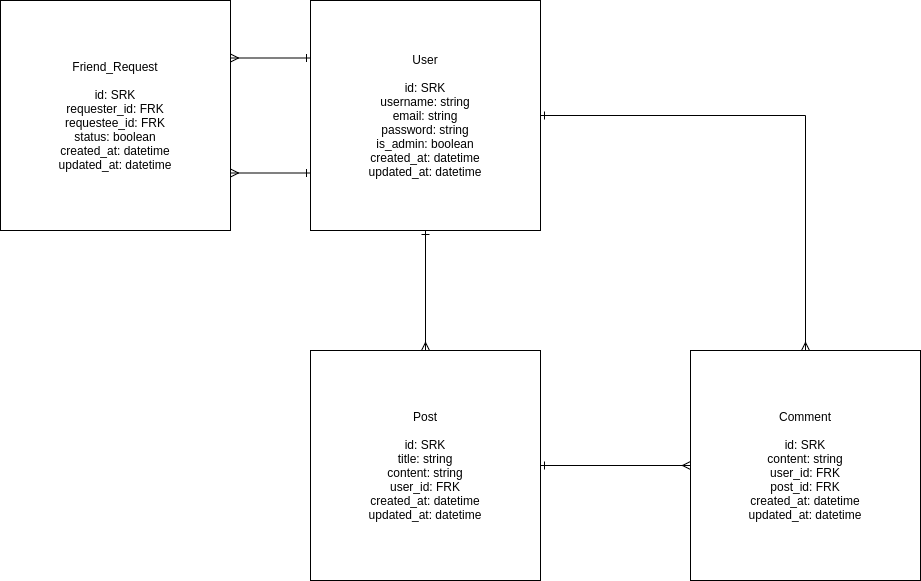
Earlier version of the draw.io export assets/erd/erd.png (jason-moritz/hubbub). Source tidied: cells renumbered, new cells last; positions are measured from the earlier drawing's top-left corner, leaving out a move shared by most shapes.
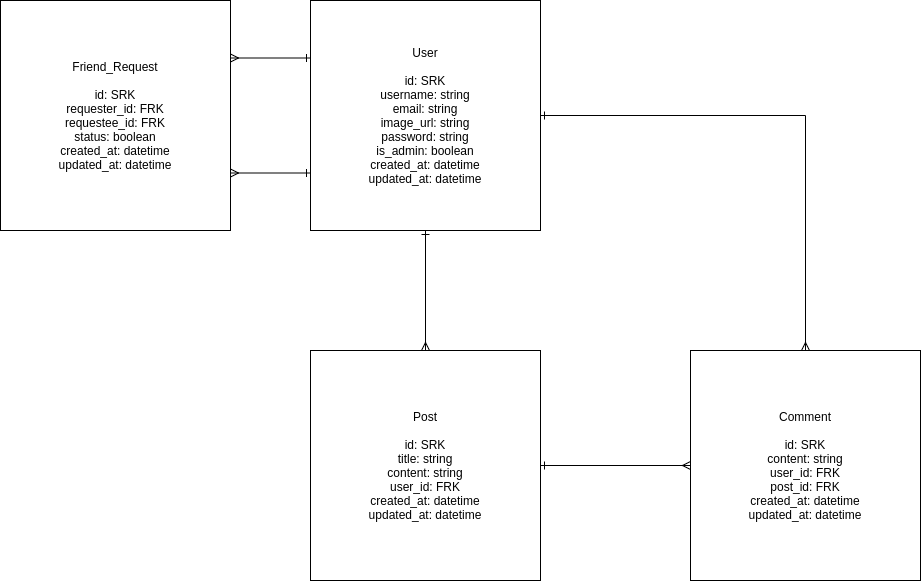
After the change.

Diff of the diagram source:
```diff
@@ -8,7 +8,7 @@
     <mxCell id="3" style="edgeStyle=orthogonalEdgeStyle;rounded=0;jettySize=auto;html=1;entryX=0.5;entryY=0;entryDx=0;entryDy=0;startArrow=ERone;startFill=0;endArrow=ERmany;endFill=0;" parent="1" edge="1" source="4" target="7">
       <mxGeometry relative="1" as="geometry" />
     </mxCell>
-    <mxCell id="4" value="User&lt;br&gt;&lt;br&gt;id: SRK&lt;br&gt;username: string&lt;br&gt;email: string&lt;br&gt;password: string&lt;br&gt;is_admin: boolean&lt;br&gt;created_at: datetime&lt;br&gt;updated_at: datetime" style="whiteSpace=wrap;html=1;" parent="1" vertex="1">
+    <mxCell id="4" value="User&lt;br&gt;&lt;br&gt;id: SRK&lt;br&gt;username: string&lt;br&gt;email: string&lt;br&gt;image_url: string&lt;br&gt;password: string&lt;br&gt;is_admin: boolean&lt;br&gt;created_at: datetime&lt;br&gt;updated_at: datetime" style="whiteSpace=wrap;html=1;" parent="1" vertex="1">
       <mxGeometry x="310" width="230" height="230" as="geometry" />
     </mxCell>
     <mxCell id="5" style="edgeStyle=orthogonalEdgeStyle;rounded=0;jettySize=auto;html=1;entryX=0;entryY=0.5;entryDx=0;entryDy=0;startArrow=ERone;startFill=0;endArrow=ERmany;endFill=0;" parent="1" edge="1" source="6" target="7">
```
